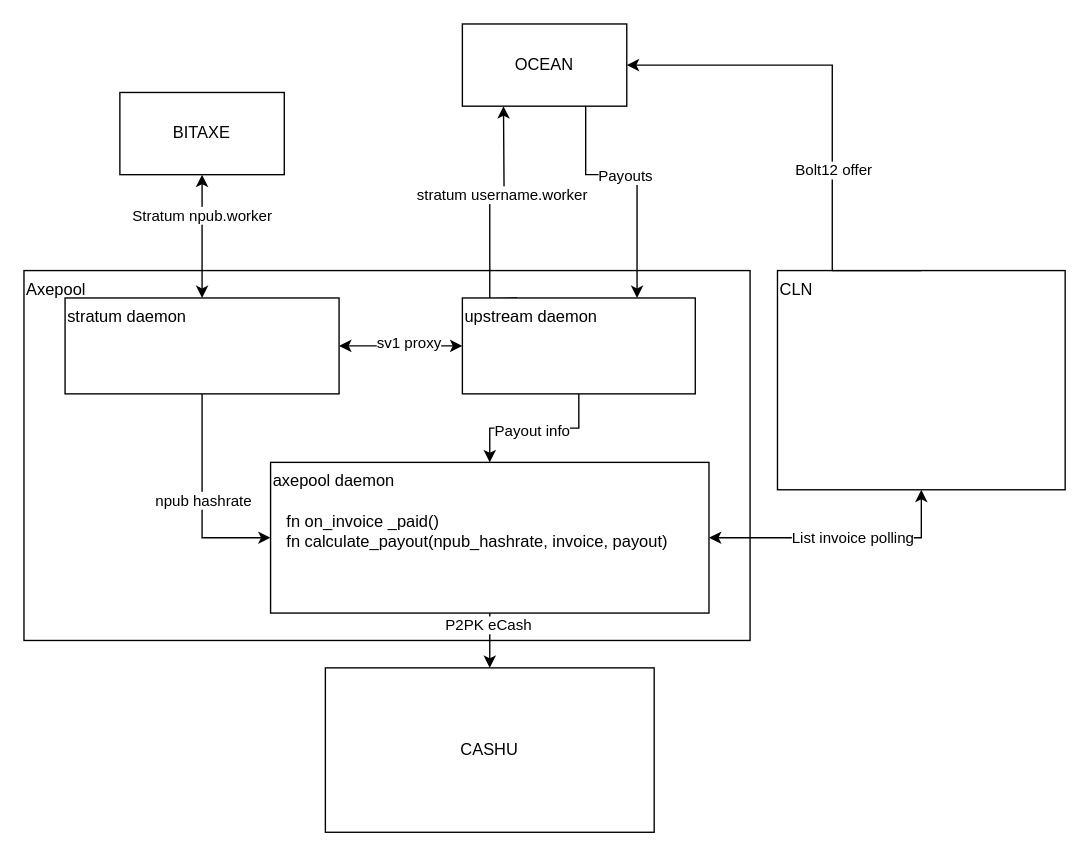
average-gary/diagrams keeps this draw.io diagram as audit-hash.drawio. Above is the earlier version. Source tidied: cells renumbered, new cells numbered last; positions are measured from the earlier drawing's top-left corner, leaving out a move shared by most shapes. Both pictures are drawn from the tidied source at 137%, with x=0, y=0 at pixel (23, 23).
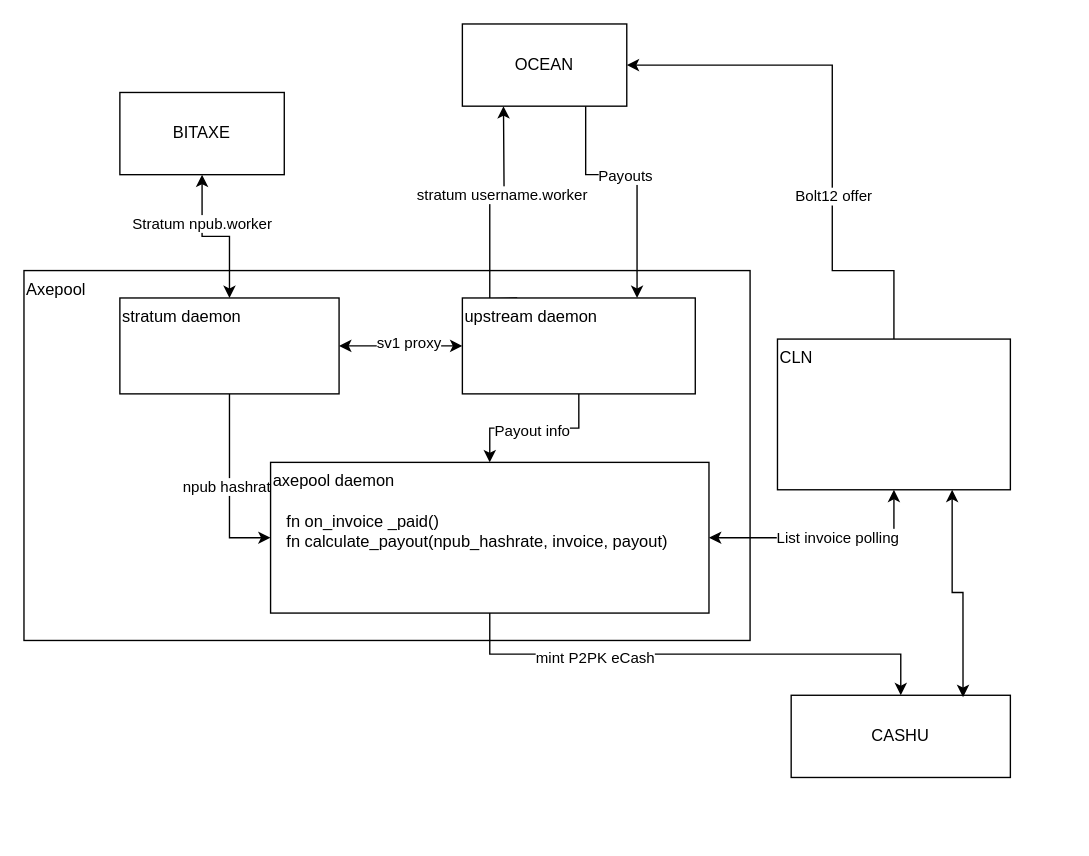
The same diagram, later.

Commit message:
link CLN and CASHU

The change refers to these unchanged cells:
```xml
<mxCell id="19" style="edgeStyle=orthogonalEdgeStyle;rounded=0;jettySize=auto;html=1;exitX=0.5;exitY=1;exitDx=0;exitDy=0;entryX=0.5;entryY=0;entryDx=0;entryDy=0;" parent="1" edge="1" source="29" target="27">
  <mxGeometry relative="1" as="geometry" />
</mxCell>
```

What changed in the source:
```diff
@@
     <mxCell id="9" value="stratum daemon" style="rounded=0;whiteSpace=wrap;html=1;align=left;verticalAlign=top;" parent="1" vertex="1">
-      <mxGeometry x="30" y="200" width="200" height="70" as="geometry" />
+      <mxGeometry x="70" y="200" width="160" height="70" as="geometry" />
     </mxCell>
@@
-    <mxCell id="20" value="P2PK eCash" style="edgeLabel;html=1;align=center;verticalAlign=middle;" parent="19" vertex="1">
-      <mxGeometry x="-0.58" y="-2" relative="1" as="geometry" />
+    <mxCell id="20" value="mint P2PK eCash" style="edgeLabel;html=1;align=center;verticalAlign=middle;" parent="19" vertex="1">
+      <mxGeometry x="-0.58" y="-2" relative="1" as="geometry">
+        <mxPoint x="30" as="offset" />
+      </mxGeometry>
     </mxCell>
     <mxCell id="21" style="group;" parent="1" vertex="1">
-      <mxGeometry x="550" y="180" width="210" height="160" as="geometry" />
+      <mxGeometry x="550" y="230" width="170" height="110" as="geometry" />
     </mxCell>
     <mxCell id="22" value="CLN &amp;nbsp;" style="rounded=0;whiteSpace=wrap;html=1;align=left;verticalAlign=top;" parent="21" vertex="1">
-      <mxGeometry width="210" height="160" as="geometry" />
+      <mxGeometry width="170" height="110" as="geometry" />
     </mxCell>
@@
     <mxCell id="27" value="CASHU" style="rounded=0;whiteSpace=wrap;html=1;" parent="1" vertex="1">
-      <mxGeometry x="220" y="470" width="240" height="120" as="geometry" />
+      <mxGeometry x="560" y="490" width="160" height="60" as="geometry" />
     </mxCell>
@@
+    <mxCell id="31" style="edgeStyle=orthogonalEdgeStyle;rounded=0;jettySize=auto;html=1;exitX=0.75;exitY=1;exitDx=0;exitDy=0;entryX=0.784;entryY=0.023;entryDx=0;entryDy=0;entryPerimeter=0;startArrow=classic;startFill=1;" parent="1" edge="1" source="22" target="27">
+      <mxGeometry relative="1" as="geometry">
+        <Array as="points">
+          <mxPoint x="677" y="415" />
+          <mxPoint x="685" y="415" />
+        </Array>
+      </mxGeometry>
+    </mxCell>
```
